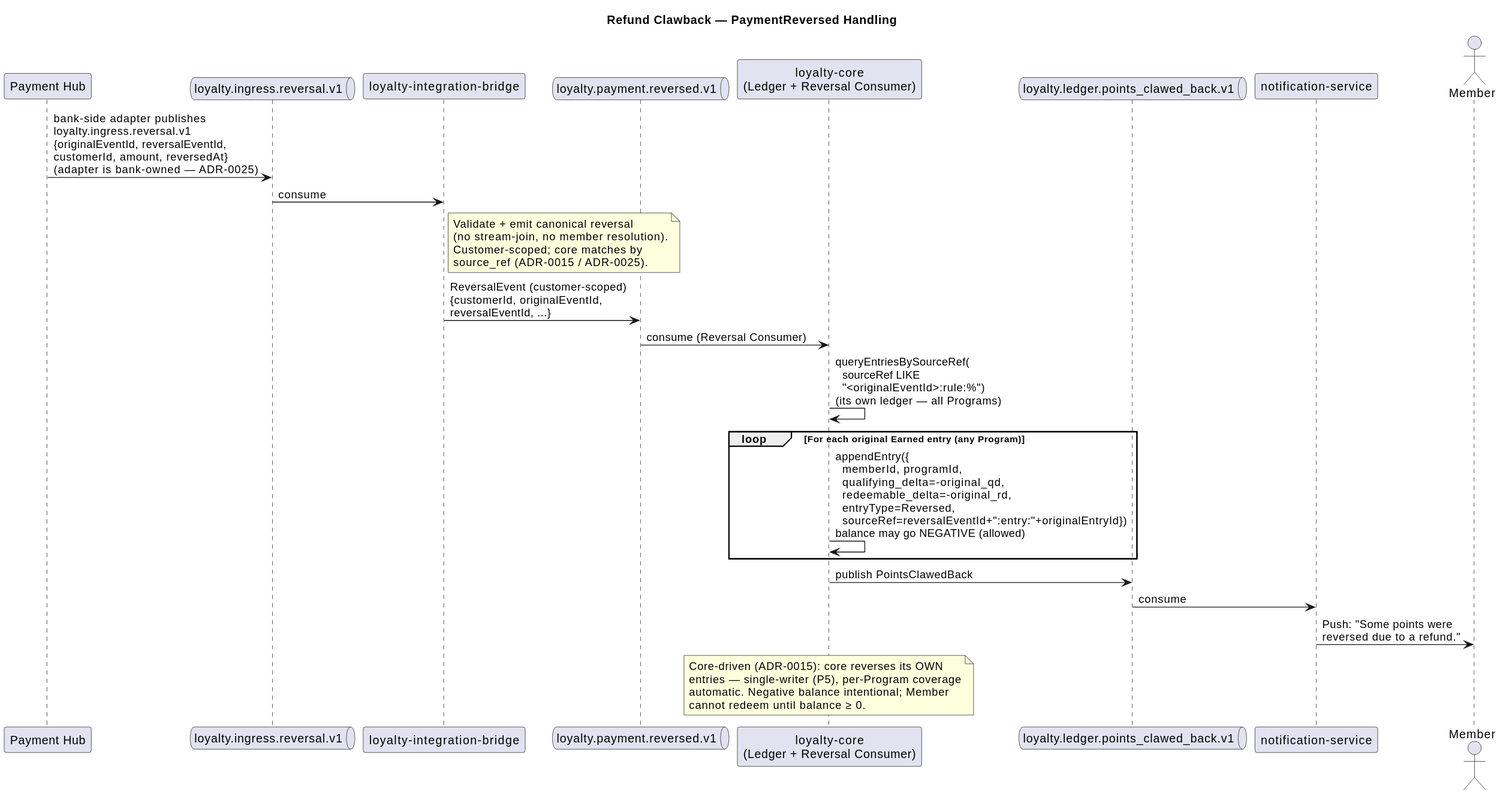
This is images/RefundClawback.svg from batnam/rochallor-loyalty, a PlantUML export, as it was before one commit.
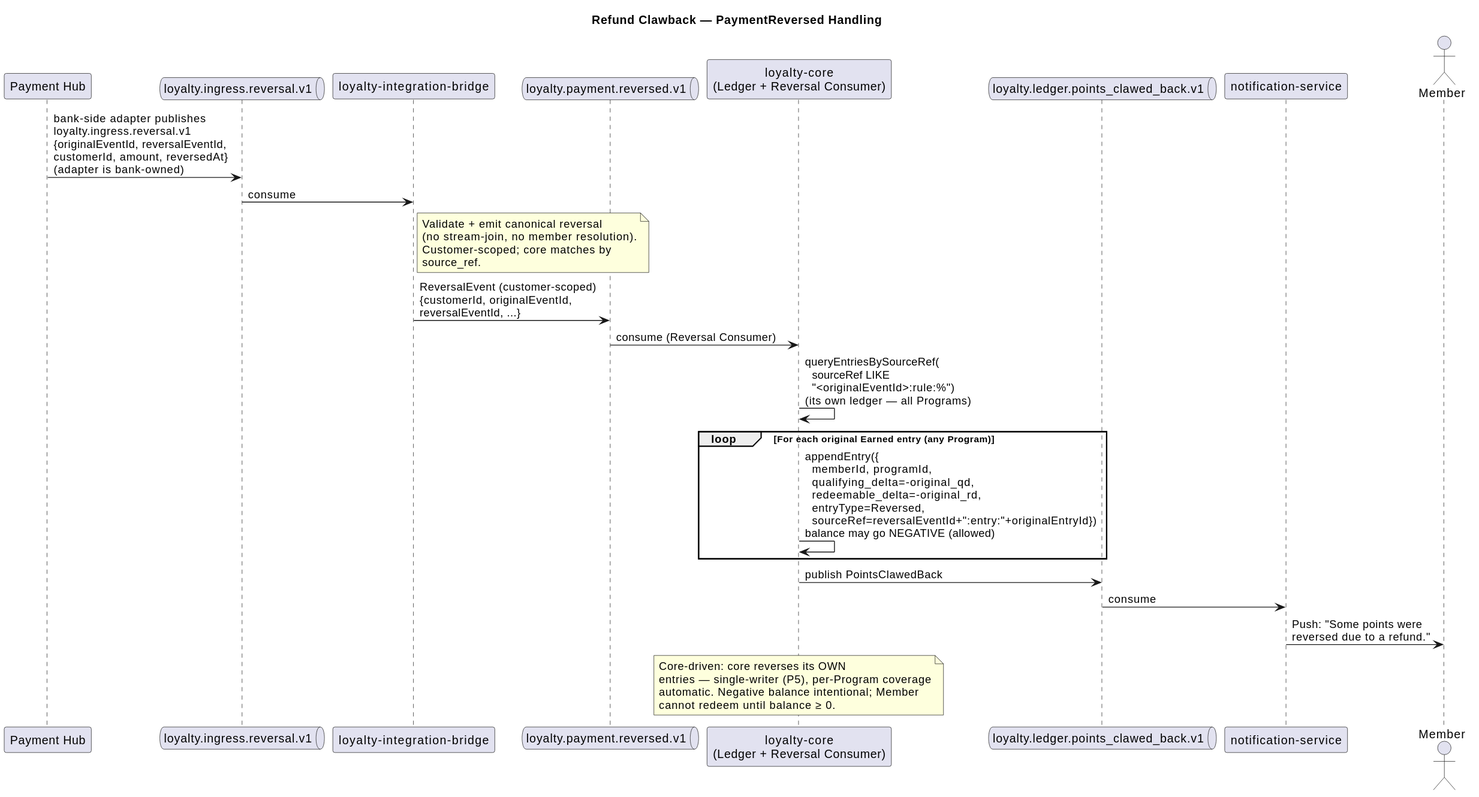
Above is the later version.

The edit, as a diff of the source:
```diff
@@ -10,14 +10,14 @@
 participant "notification-service" as Notif
 actor Member
 
-PH -> K1 : bank-side adapter publishes\nloyalty.ingress.reversal.v1\n{originalEventId, reversalEventId,\ncustomerId, amount, reversedAt}\n(adapter is bank-owned — ADR-0025)
+PH -> K1 : bank-side adapter publishes\nloyalty.ingress.reversal.v1\n{originalEventId, reversalEventId,\ncustomerId, amount, reversedAt}\n(adapter is bank-owned)
 
 K1 -> Bridge : consume
 note right of Bridge
   Validate + emit canonical reversal
   (no stream-join, no member resolution).
   Customer-scoped; core matches by
-  source_ref (ADR-0015 / ADR-0025).
+  source_ref.
 end note
 Bridge -> K2 : ReversalEvent (customer-scoped)\n{customerId, originalEventId,\nreversalEventId, ...}
 
@@ -33,7 +33,7 @@
 Notif -> Member : Push: "Some points were\nreversed due to a refund."
 
 note over Ledger
-  Core-driven (ADR-0015): core reverses its OWN
+  Core-driven: core reverses its OWN
   entries — single-writer (P5), per-Program coverage
   automatic. Negative balance intentional; Member
   cannot redeem until balance ≥ 0.
```
